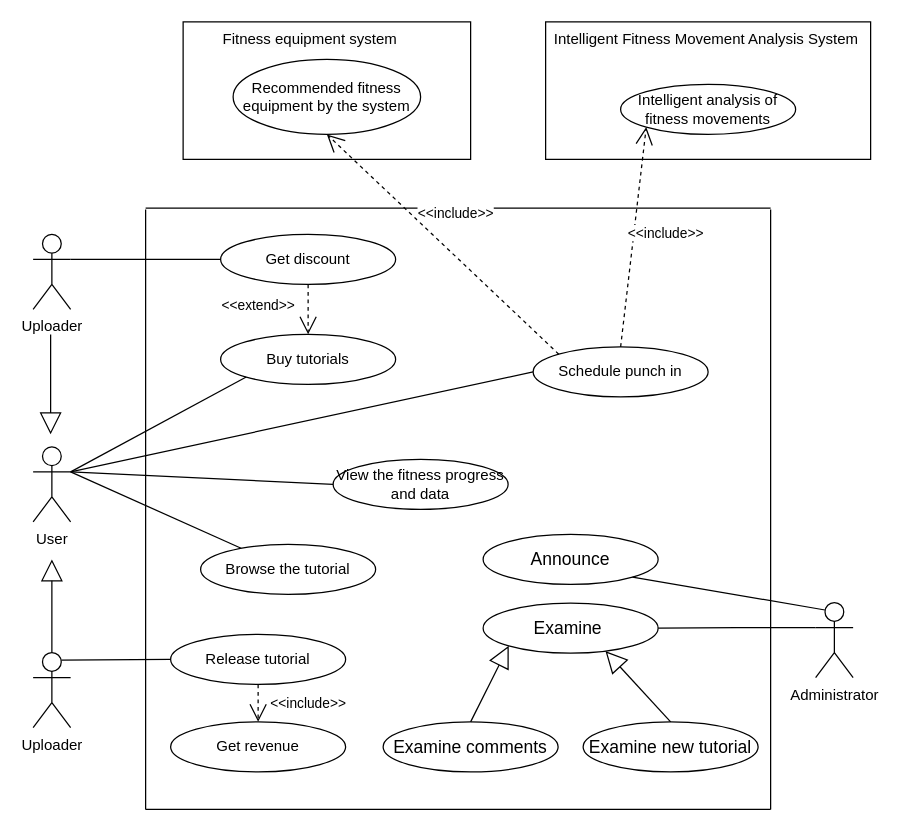
Above: Assignment2/models/UpdateTutorialSectionUseCase.drawio in JackinOFlove/System_Analysis_and_Design_TongjiSSE_2024Fall (draw.io), before the change. Source tidied: cells renumbered, new cells numbered last; positions are measured from the earlier drawing's top-left corner, leaving out a move shared by most shapes. Both pictures are drawn from the tidied source at 125%, with x=0, y=0 at pixel (32, 21).
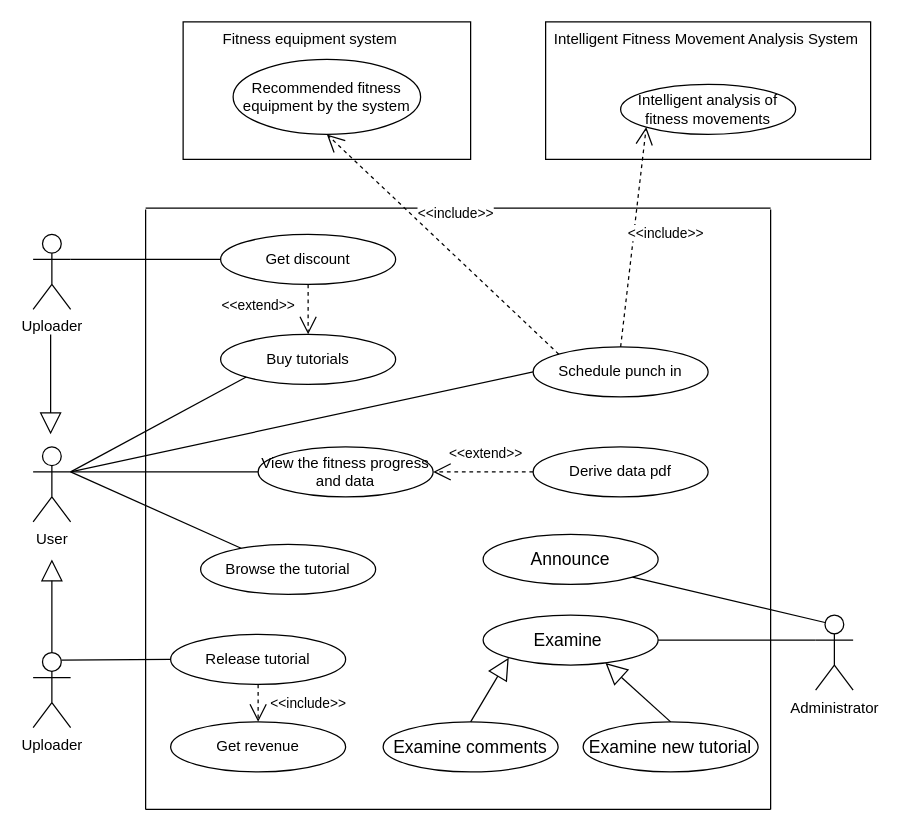
After the change.

Commit message (it also covers changes not shown here):
ljk-11.12-Add Section8

ljk-11.12-Add Section8

What changed in the source:
```diff
@@
     <mxCell id="3" value="Administrator" style="shape=umlActor;verticalLabelPosition=bottom;verticalAlign=top;html=1;outlineConnect=0;" parent="1" vertex="1">
-      <mxGeometry x="626" y="464.5" width="30" height="60" as="geometry" />
+      <mxGeometry x="626" y="474.5" width="30" height="60" as="geometry" />
     </mxCell>
@@
     <mxCell id="16" value="&lt;p class=&quot;MsoNormal&quot;&gt;&lt;span style=&quot;mso-spacerun:'yes';font-family:宋体;mso-ascii-font-family:Calibri;&lt;br/&gt;mso-hansi-font-family:Calibri;mso-bidi-font-family:'Times New Roman';font-size:10.5000pt;&lt;br/&gt;mso-font-kerning:1.0000pt;&quot;&gt;&lt;font face=&quot;Calibri&quot;&gt;Examine&amp;nbsp;&lt;/font&gt;&lt;/span&gt;&lt;/p&gt;" style="ellipse;whiteSpace=wrap;html=1;" parent="1" vertex="1">
-      <mxGeometry x="360" y="465" width="140" height="40" as="geometry" />
+      <mxGeometry x="360" y="474.5" width="140" height="40" as="geometry" />
     </mxCell>
@@
     <mxCell id="41" value="View the fitness progress and data" style="ellipse;whiteSpace=wrap;html=1;" parent="1" vertex="1">
-      <mxGeometry x="240" y="350" width="140" height="40" as="geometry" />
+      <mxGeometry x="180" y="340" width="140" height="40" as="geometry" />
     </mxCell>
@@
+    <mxCell id="43" value="Derive data pdf" style="ellipse;whiteSpace=wrap;html=1;" parent="1" vertex="1">
+      <mxGeometry x="400" y="340" width="140" height="40" as="geometry" />
+    </mxCell>
+    <mxCell id="44" value="&amp;lt;&amp;lt;extend&amp;gt;&amp;gt;" style="endArrow=open;endSize=12;dashed=1;html=1;rounded=0;entryX=1;entryY=0.5;entryDx=0;entryDy=0;exitX=0;exitY=0.5;exitDx=0;exitDy=0;" parent="1" edge="1" source="43" target="41">
+      <mxGeometry x="-0.05" y="-15" relative="1" as="geometry" />
+    </mxCell>
```
